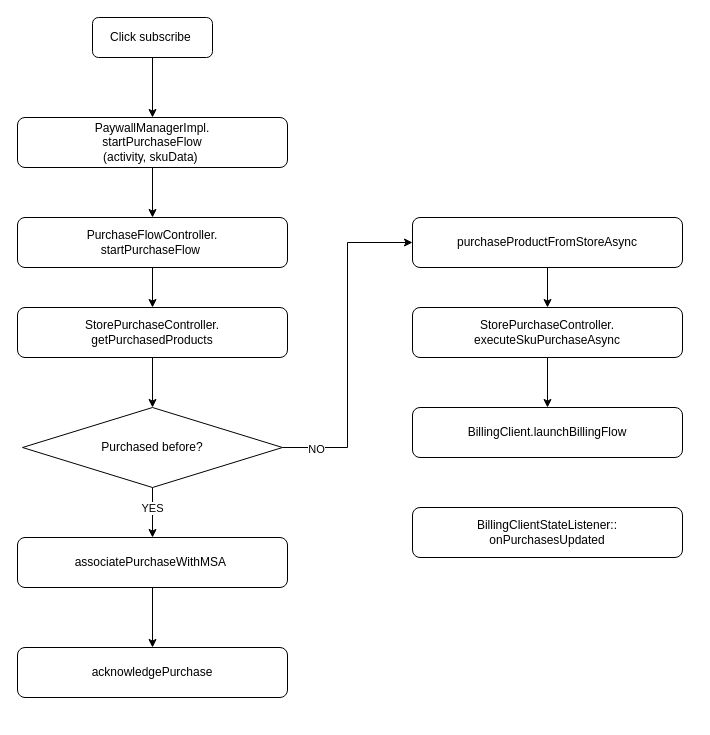
Before: copilot.drawio in lancelodliu/draw.io, a draw.io diagram. Source tidied: cells renumbered, new cells numbered last; positions are measured from the earlier drawing's top-left corner, leaving out a move shared by most shapes. Both pictures are drawn from the tidied source at 100%, with x=0, y=0 at pixel (17, 17).
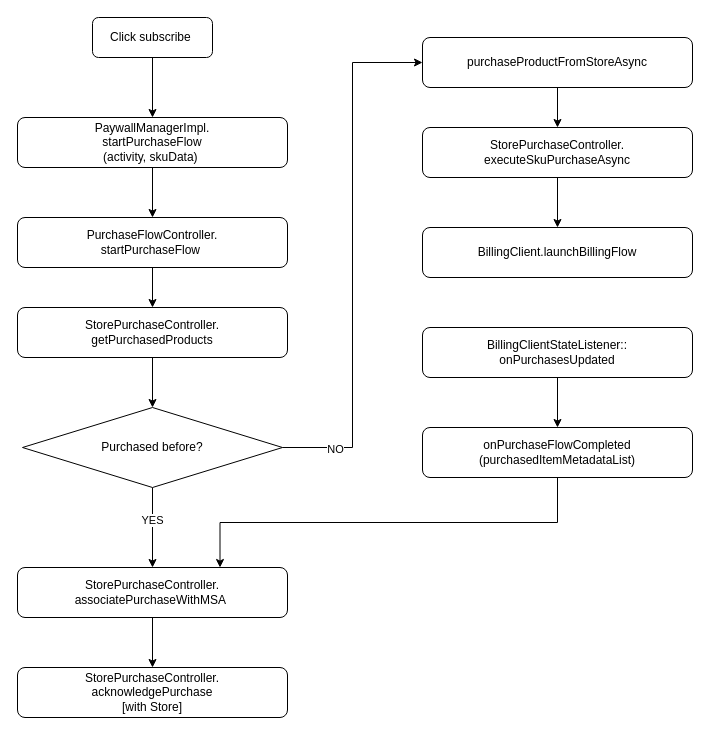
The same diagram, later.

The edit, as a diff of the source:
```diff
@@
-    <mxCell id="11" value="associatePurchaseWithMSA&amp;nbsp;" style="rounded=1;whiteSpace=wrap;html=1;fontSize=12;glass=0;strokeWidth=1;shadow=0;" parent="1" vertex="1">
-      <mxGeometry y="520" width="270" height="50" as="geometry" />
+    <mxCell id="11" value="StorePurchaseController.&lt;br&gt;associatePurchaseWithMSA&amp;nbsp;" style="rounded=1;whiteSpace=wrap;html=1;fontSize=12;glass=0;strokeWidth=1;shadow=0;" parent="1" vertex="1">
+      <mxGeometry y="550" width="270" height="50" as="geometry" />
     </mxCell>
-    <mxCell id="12" value="acknowledgePurchase" style="rounded=1;whiteSpace=wrap;html=1;fontSize=12;glass=0;strokeWidth=1;shadow=0;" parent="1" vertex="1">
-      <mxGeometry y="630" width="270" height="50" as="geometry" />
+    <mxCell id="12" value="StorePurchaseController.&lt;br&gt;acknowledgePurchase&lt;br&gt;[with Store]" style="rounded=1;whiteSpace=wrap;html=1;fontSize=12;glass=0;strokeWidth=1;shadow=0;" parent="1" vertex="1">
+      <mxGeometry y="650" width="270" height="50" as="geometry" />
     </mxCell>
@@
     <mxCell id="19" value="purchaseProductFromStoreAsync" style="rounded=1;whiteSpace=wrap;html=1;fontSize=12;glass=0;strokeWidth=1;shadow=0;" parent="1" vertex="1">
-      <mxGeometry x="395" y="200" width="270" height="50" as="geometry" />
+      <mxGeometry x="405" y="20" width="270" height="50" as="geometry" />
     </mxCell>
@@
     <mxCell id="21" value="StorePurchaseController.&lt;br&gt;executeSkuPurchaseAsync" style="rounded=1;whiteSpace=wrap;html=1;fontSize=12;glass=0;strokeWidth=1;shadow=0;" parent="1" vertex="1">
-      <mxGeometry x="395" y="290" width="270" height="50" as="geometry" />
+      <mxGeometry x="405" y="110" width="270" height="50" as="geometry" />
     </mxCell>
     <mxCell id="22" value="BillingClient.launchBillingFlow" style="rounded=1;whiteSpace=wrap;html=1;fontSize=12;glass=0;strokeWidth=1;shadow=0;" parent="1" vertex="1">
-      <mxGeometry x="395" y="390" width="270" height="50" as="geometry" />
+      <mxGeometry x="405" y="210" width="270" height="50" as="geometry" />
     </mxCell>
+    <mxCell id="24" style="edgeStyle=orthogonalEdgeStyle;rounded=0;jettySize=auto;html=1;" parent="1" edge="1" source="23" target="26">
+      <mxGeometry relative="1" as="geometry" />
+    </mxCell>
     <mxCell id="23" value="BillingClientStateListener::&lt;br&gt;onPurchasesUpdated" style="rounded=1;whiteSpace=wrap;html=1;fontSize=12;glass=0;strokeWidth=1;shadow=0;" parent="1" vertex="1">
-      <mxGeometry x="395" y="490" width="270" height="50" as="geometry" />
+      <mxGeometry x="405" y="310" width="270" height="50" as="geometry" />
     </mxCell>
+    <mxCell id="25" style="edgeStyle=orthogonalEdgeStyle;rounded=0;jettySize=auto;html=1;exitX=0.5;exitY=1;exitDx=0;exitDy=0;entryX=0.75;entryY=0;entryDx=0;entryDy=0;" parent="1" edge="1" source="26" target="11">
+      <mxGeometry relative="1" as="geometry" />
+    </mxCell>
+    <mxCell id="26" value="onPurchaseFlowCompleted&lt;br&gt;(purchasedItemMetadataList)" style="rounded=1;whiteSpace=wrap;html=1;fontSize=12;glass=0;strokeWidth=1;shadow=0;" parent="1" vertex="1">
+      <mxGeometry x="405" y="410" width="270" height="50" as="geometry" />
+    </mxCell>
```
